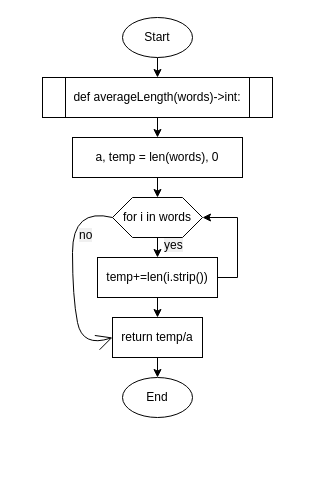
Above: page "q17" (1 of 6) of Quizzes/quizzes.drawio in zelanISAK/unit-2 (draw.io), before the change. Source tidied: cells renumbered, new cells numbered last; positions are measured from the earlier drawing's top-left corner, leaving out a move shared by most shapes. Both pictures are drawn from the tidied source at 100%, with x=0, y=0 at pixel (42, 17).
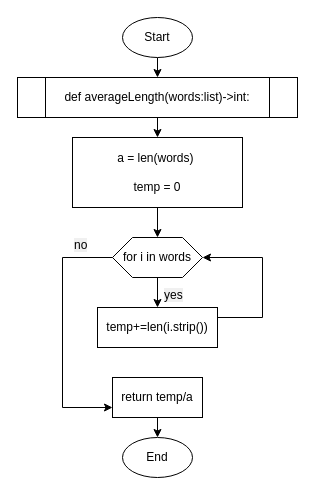
The same diagram, later.

The edit, as a diff of the source:
```diff
@@
     <mxCell id="4" value="End" style="ellipse;whiteSpace=wrap;html=1;" parent="1" vertex="1">
-      <mxGeometry x="80" y="360" width="70" height="40" as="geometry" />
+      <mxGeometry x="80" y="420" width="70" height="40" as="geometry" />
     </mxCell>
@@
-    <mxCell id="6" value="def averageLength(words)-&amp;gt;int:" style="shape=process;whiteSpace=wrap;html=1;backgroundOutline=1;" parent="1" vertex="1">
-      <mxGeometry y="60" width="230" height="40" as="geometry" />
+    <mxCell id="6" value="def averageLength(words:list)-&amp;gt;int:" style="shape=process;whiteSpace=wrap;html=1;backgroundOutline=1;" parent="1" vertex="1">
+      <mxGeometry x="-25" y="60" width="280" height="40" as="geometry" />
     </mxCell>
@@
-    <mxCell id="8" value="a, temp = len(words), 0" style="rounded=0;whiteSpace=wrap;html=1;" parent="1" vertex="1">
-      <mxGeometry x="30" y="120" width="170" height="40" as="geometry" />
+    <mxCell id="8" value="a = len(words)&amp;nbsp;&lt;br&gt;&lt;br&gt;temp = 0" style="rounded=0;whiteSpace=wrap;html=1;" parent="1" vertex="1">
+      <mxGeometry x="30" y="120" width="170" height="70" as="geometry" />
     </mxCell>
-    <mxCell id="9" style="edgeStyle=orthogonalEdgeStyle;rounded=0;jettySize=auto;html=1;exitX=0.5;exitY=1;exitDx=0;exitDy=0;entryX=0.5;entryY=0;entryDx=0;entryDy=0;" parent="1" edge="1" source="11" target="14">
-      <mxGeometry relative="1" as="geometry" />
+    <mxCell id="9" style="edgeStyle=orthogonalEdgeStyle;rounded=0;jettySize=auto;html=1;exitX=0.5;exitY=1;exitDx=0;exitDy=0;entryX=0.5;entryY=0;entryDx=0;entryDy=0;" parent="1" edge="1" target="14">
+      <mxGeometry relative="1" as="geometry">
+        <mxPoint x="115" y="260" as="sourcePoint" />
+      </mxGeometry>
     </mxCell>
-    <mxCell id="10" style="edgeStyle=none;curved=1;rounded=0;jettySize=auto;html=1;exitX=0;exitY=0.5;exitDx=0;exitDy=0;fontSize=12;endArrow=open;startSize=14;endSize=14;sourcePerimeterSpacing=8;targetPerimeterSpacing=8;entryX=0;entryY=0.5;entryDx=0;entryDy=0;" parent="1" edge="1" source="11" target="16">
-      <mxGeometry relative="1" as="geometry">
-        <Array as="points">
-          <mxPoint x="30" y="190" />
-          <mxPoint x="30" y="280" />
-          <mxPoint x="40" y="330" />
-        </Array>
-      </mxGeometry>
-    </mxCell>
     <mxCell id="11" value="for i in words" style="shape=hexagon;perimeter=hexagonPerimeter2;whiteSpace=wrap;html=1;fixedSize=1;" parent="1" vertex="1">
-      <mxGeometry x="70" y="180" width="90" height="40" as="geometry" />
+      <mxGeometry x="70" y="220" width="90" height="40" as="geometry" />
     </mxCell>
     <mxCell id="12" style="edgeStyle=orthogonalEdgeStyle;rounded=0;jettySize=auto;html=1;exitX=1;exitY=0.5;exitDx=0;exitDy=0;entryX=1;entryY=0.5;entryDx=0;entryDy=0;" parent="1" edge="1" source="14" target="11">
-      <mxGeometry relative="1" as="geometry" />
+      <mxGeometry relative="1" as="geometry">
+        <Array as="points">
+          <mxPoint x="220" y="300" />
+          <mxPoint x="220" y="240" />
+        </Array>
+      </mxGeometry>
     </mxCell>
-    <mxCell id="13" style="edgeStyle=orthogonalEdgeStyle;rounded=0;jettySize=auto;html=1;exitX=0.5;exitY=1;exitDx=0;exitDy=0;entryX=0.5;entryY=0;entryDx=0;entryDy=0;" parent="1" edge="1" source="14" target="16">
-      <mxGeometry relative="1" as="geometry" />
-    </mxCell>
     <mxCell id="14" value="temp+=len(i.strip())" style="rounded=0;whiteSpace=wrap;html=1;" parent="1" vertex="1">
-      <mxGeometry x="55" y="240" width="120" height="40" as="geometry" />
+      <mxGeometry x="55" y="290" width="120" height="40" as="geometry" />
     </mxCell>
@@
     <mxCell id="16" value="return temp/a" style="rounded=0;whiteSpace=wrap;html=1;" parent="1" vertex="1">
-      <mxGeometry x="70" y="300" width="90" height="40" as="geometry" />
+      <mxGeometry x="70" y="360" width="90" height="40" as="geometry" />
     </mxCell>
     <mxCell id="17" value="&lt;span style=&quot;color: rgb(0, 0, 0); font-family: Helvetica; font-size: 12px; font-style: normal; font-variant-ligatures: normal; font-variant-caps: normal; font-weight: 400; letter-spacing: normal; orphans: 2; text-align: center; text-indent: 0px; text-transform: none; widows: 2; word-spacing: 0px; -webkit-text-stroke-width: 0px; background-color: rgb(240, 240, 240); text-decoration-thickness: initial; text-decoration-style: initial; text-decoration-color: initial; float: none; display: inline !important;&quot;&gt;yes&lt;/span&gt;" style="text;whiteSpace=wrap;html=1;fontSize=16;" parent="1" vertex="1">
-      <mxGeometry x="120" y="210" width="30" height="30" as="geometry" />
+      <mxGeometry x="120" y="260" width="30" height="30" as="geometry" />
     </mxCell>
     <mxCell id="18" value="&lt;span style=&quot;color: rgb(0, 0, 0); font-family: Helvetica; font-size: 12px; font-style: normal; font-variant-ligatures: normal; font-variant-caps: normal; font-weight: 400; letter-spacing: normal; orphans: 2; text-align: center; text-indent: 0px; text-transform: none; widows: 2; word-spacing: 0px; -webkit-text-stroke-width: 0px; background-color: rgb(240, 240, 240); text-decoration-thickness: initial; text-decoration-style: initial; text-decoration-color: initial; float: none; display: inline !important;&quot;&gt;no&lt;/span&gt;" style="text;whiteSpace=wrap;html=1;fontSize=16;" parent="1" vertex="1">
-      <mxGeometry x="35" y="200" width="20" height="20" as="geometry" />
+      <mxGeometry x="30" y="210" width="20" height="20" as="geometry" />
     </mxCell>
+    <mxCell id="10" style="edgeStyle=orthogonalEdgeStyle;rounded=0;jettySize=auto;html=1;exitX=0;exitY=0.5;exitDx=0;exitDy=0;entryX=0;entryY=0.75;entryDx=0;entryDy=0;" parent="1" edge="1" source="11" target="16">
+      <mxGeometry relative="1" as="geometry">
+        <Array as="points">
+          <mxPoint x="20" y="240" />
+          <mxPoint x="20" y="390" />
+        </Array>
+      </mxGeometry>
+    </mxCell>
```
